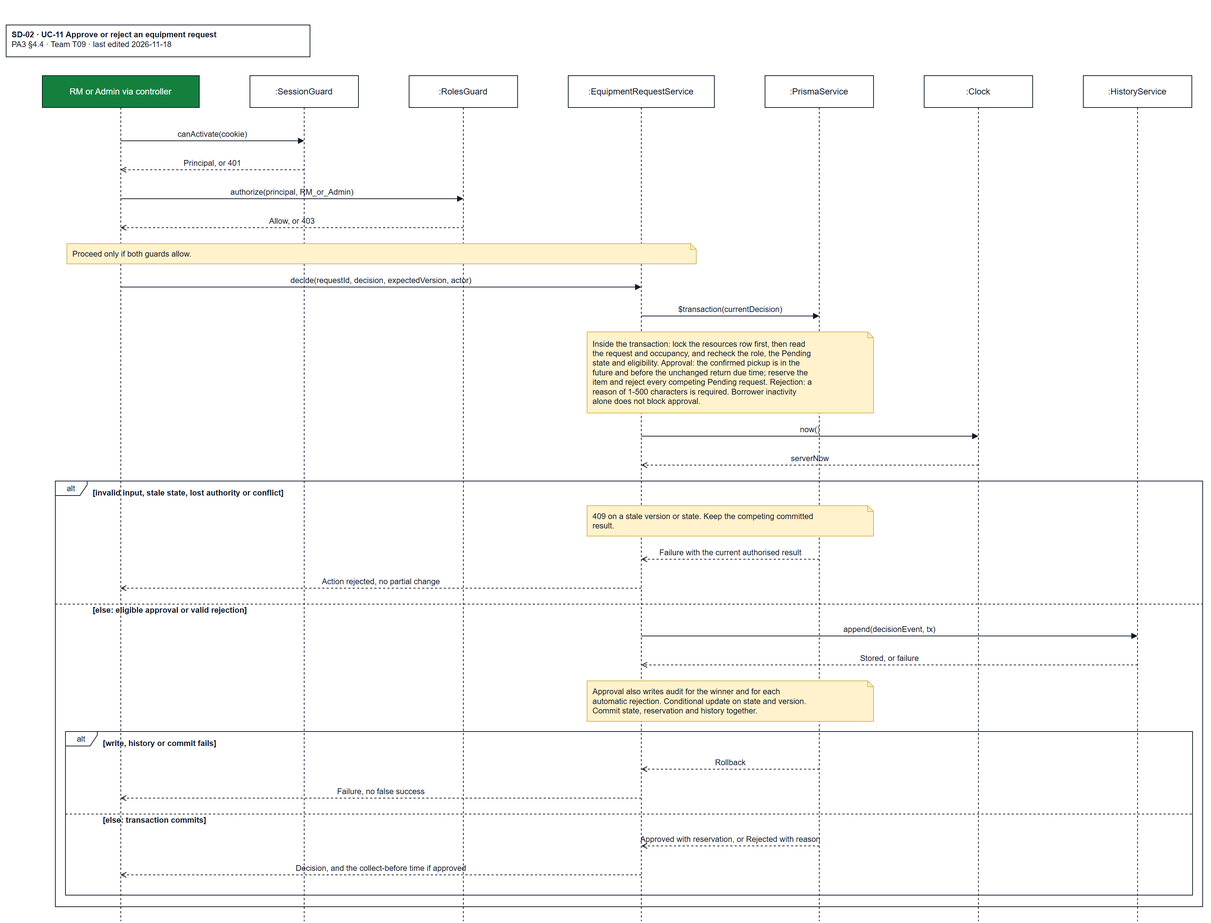
This is docs/design/diagrams/SD-02_uc11-approve-equipment.drawio.png from JuliaTrang/T09-CampusBorrow, a draw.io export, as it was before one commit. Source tidied: cells renumbered, new cells last; positions are measured from the earlier drawing's top-left corner, leaving out a move shared by most shapes.
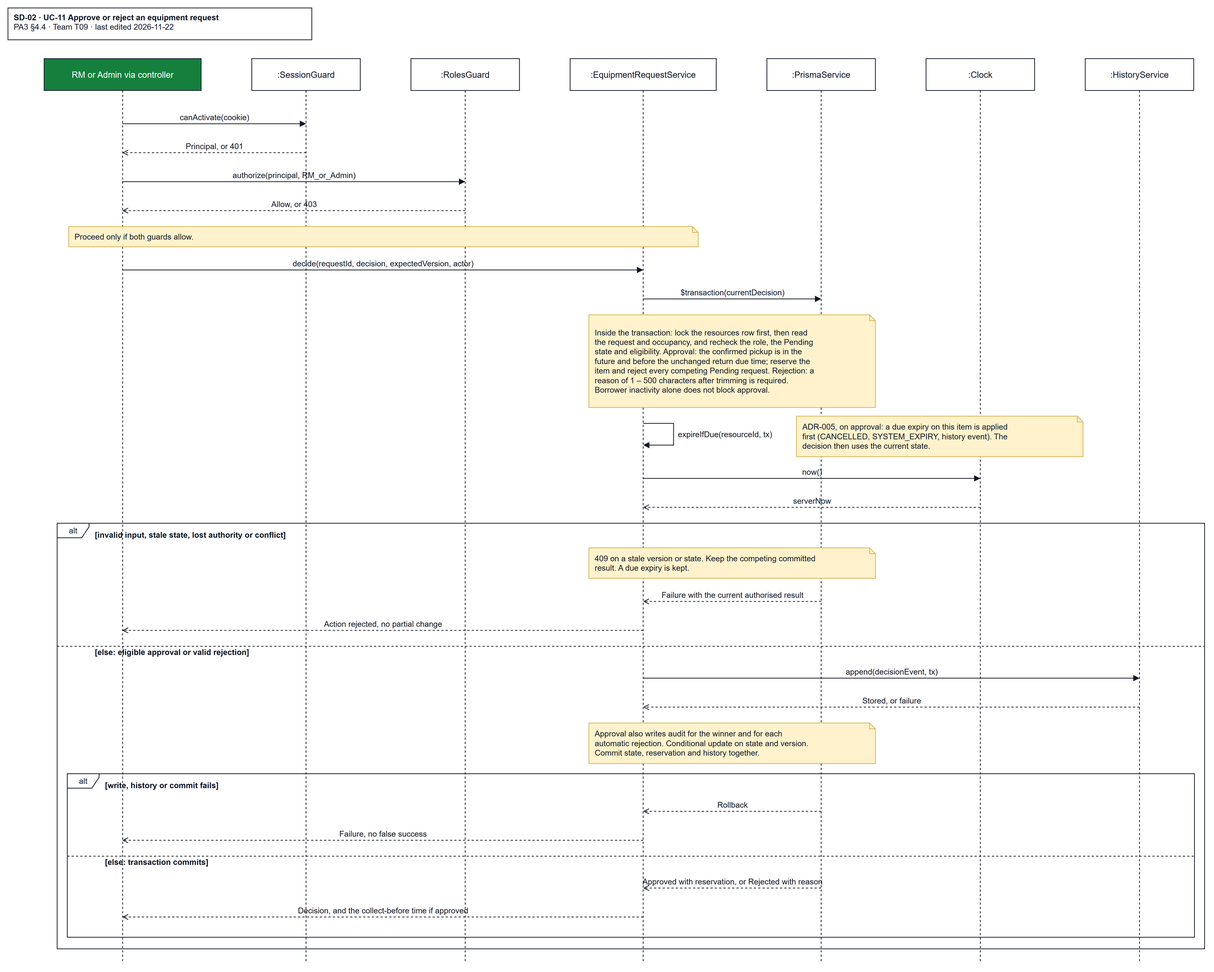
After the commit.

The edit, as a diff of the source:
```diff
@@ -2,71 +2,71 @@
   <root>
     <mxCell id="0" />
     <mxCell id="1" parent="0" />
-    <mxCell id="2" value="&lt;b&gt;SD-02 · UC-11 Approve or reject an equipment request&lt;/b&gt;&lt;br&gt;PA3 §4.4 · Team T09 · last edited 2026-11-18" style="rounded=0;whiteSpace=wrap;html=1;align=left;verticalAlign=top;spacingLeft=6;strokeColor=#111827;fillColor=#ffffff;fontFamily=Arial;fontSize=11;fontColor=#111827;" parent="1" vertex="1">
+    <mxCell id="2" value="&lt;b&gt;SD-02 · UC-11 Approve or reject an equipment request&lt;/b&gt;&lt;br&gt;PA3 §4.4 · Team T09 · last edited 2026-11-22" style="rounded=0;whiteSpace=wrap;html=1;align=left;verticalAlign=top;spacingLeft=6;strokeColor=#111827;fillColor=#ffffff;fontFamily=Arial;fontSize=11;fontColor=#111827;" parent="1" vertex="1">
       <mxGeometry width="420" height="44" as="geometry" />
     </mxCell>
     <mxCell id="3" value="RM or Admin via controller" style="shape=umlLifeline;perimeter=lifelinePerimeter;whiteSpace=wrap;html=1;size=44;strokeColor=#111827;fillColor=#15803D;fontFamily=Arial;fontSize=12;fontColor=#ffffff;" parent="1" vertex="1">
-      <mxGeometry x="50" y="70" width="217" height="1168" as="geometry" />
+      <mxGeometry x="50" y="70" width="217" height="1250" as="geometry" />
     </mxCell>
     <mxCell id="4" value=":SessionGuard" style="shape=umlLifeline;perimeter=lifelinePerimeter;whiteSpace=wrap;html=1;size=44;strokeColor=#111827;fillColor=#ffffff;fontFamily=Arial;fontSize=12;fontColor=#111827;" parent="1" vertex="1">
-      <mxGeometry x="337" y="70" width="150" height="1168" as="geometry" />
+      <mxGeometry x="337" y="70" width="150" height="1250" as="geometry" />
     </mxCell>
     <mxCell id="5" value=":RolesGuard" style="shape=umlLifeline;perimeter=lifelinePerimeter;whiteSpace=wrap;html=1;size=44;strokeColor=#111827;fillColor=#ffffff;fontFamily=Arial;fontSize=12;fontColor=#111827;" parent="1" vertex="1">
-      <mxGeometry x="557" y="70" width="150" height="1168" as="geometry" />
+      <mxGeometry x="557" y="70" width="150" height="1250" as="geometry" />
     </mxCell>
     <mxCell id="6" value=":EquipmentRequestService" style="shape=umlLifeline;perimeter=lifelinePerimeter;whiteSpace=wrap;html=1;size=44;strokeColor=#111827;fillColor=#ffffff;fontFamily=Arial;fontSize=12;fontColor=#111827;" parent="1" vertex="1">
-      <mxGeometry x="777" y="70" width="202" height="1168" as="geometry" />
+      <mxGeometry x="777" y="70" width="202" height="1250" as="geometry" />
     </mxCell>
     <mxCell id="7" value=":PrismaService" style="shape=umlLifeline;perimeter=lifelinePerimeter;whiteSpace=wrap;html=1;size=44;strokeColor=#111827;fillColor=#ffffff;fontFamily=Arial;fontSize=12;fontColor=#111827;" parent="1" vertex="1">
-      <mxGeometry x="1049" y="70" width="150" height="1168" as="geometry" />
+      <mxGeometry x="1049" y="70" width="150" height="1250" as="geometry" />
     </mxCell>
     <mxCell id="8" value=":Clock" style="shape=umlLifeline;perimeter=lifelinePerimeter;whiteSpace=wrap;html=1;size=44;strokeColor=#111827;fillColor=#ffffff;fontFamily=Arial;fontSize=12;fontColor=#111827;" parent="1" vertex="1">
-      <mxGeometry x="1269" y="70" width="150" height="1168" as="geometry" />
+      <mxGeometry x="1269" y="70" width="150" height="1250" as="geometry" />
     </mxCell>
     <mxCell id="9" value=":HistoryService" style="shape=umlLifeline;perimeter=lifelinePerimeter;whiteSpace=wrap;html=1;size=44;strokeColor=#111827;fillColor=#ffffff;fontFamily=Arial;fontSize=12;fontColor=#111827;" parent="1" vertex="1">
-      <mxGeometry x="1489" y="70" width="150" height="1168" as="geometry" />
+      <mxGeometry x="1489" y="70" width="150" height="1250" as="geometry" />
     </mxCell>
     <mxCell id="10" value="alt" style="shape=umlFrame;whiteSpace=wrap;html=1;width=44;height=20;fillColor=none;strokeColor=#111827;fontFamily=Arial;fontSize=11;fontColor=#111827;" parent="1" vertex="1">
-      <mxGeometry x="82" y="976" width="1558" height="226" as="geometry" />
+      <mxGeometry x="82" y="1058" width="1558" height="226" as="geometry" />
     </mxCell>
     <mxCell id="11" value="[write, history or commit fails]" style="text;html=1;align=left;verticalAlign=middle;whiteSpace=wrap;fontStyle=1;fontFamily=Arial;fontSize=11;fontColor=#111827;" parent="1" vertex="1">
-      <mxGeometry x="132" y="982" width="1498" height="20" as="geometry" />
+      <mxGeometry x="132" y="1064" width="1498" height="20" as="geometry" />
     </mxCell>
     <mxCell id="12" value="[else: transaction commits]" style="text;html=1;align=left;verticalAlign=middle;whiteSpace=wrap;fontStyle=1;fontFamily=Arial;fontSize=11;fontColor=#111827;" parent="1" vertex="1">
-      <mxGeometry x="132" y="1088" width="1498" height="20" as="geometry" />
+      <mxGeometry x="132" y="1170" width="1498" height="20" as="geometry" />
     </mxCell>
     <mxCell id="13" style="endArrow=none;dashed=1;html=1;strokeColor=#111827;" parent="1" edge="1">
       <mxGeometry relative="1" as="geometry">
-        <mxPoint x="82" y="1090" as="sourcePoint" />
-        <mxPoint x="1640" y="1090" as="targetPoint" />
+        <mxPoint x="82" y="1172" as="sourcePoint" />
+        <mxPoint x="1640" y="1172" as="targetPoint" />
       </mxGeometry>
     </mxCell>
     <mxCell id="14" value="alt" style="shape=umlFrame;whiteSpace=wrap;html=1;width=44;height=20;fillColor=none;strokeColor=#111827;fontFamily=Arial;fontSize=11;fontColor=#111827;" parent="1" vertex="1">
-      <mxGeometry x="68" y="630" width="1586" height="588" as="geometry" />
+      <mxGeometry x="68" y="712" width="1586" height="588" as="geometry" />
     </mxCell>
     <mxCell id="15" value="[invalid input, stale state, lost authority or conflict]" style="text;html=1;align=left;verticalAlign=middle;whiteSpace=wrap;fontStyle=1;fontFamily=Arial;fontSize=11;fontColor=#111827;" parent="1" vertex="1">
-      <mxGeometry x="118" y="636" width="1526" height="20" as="geometry" />
+      <mxGeometry x="118" y="718" width="1526" height="20" as="geometry" />
     </mxCell>
     <mxCell id="16" value="[else: eligible approval or valid rejection]" style="text;html=1;align=left;verticalAlign=middle;whiteSpace=wrap;fontStyle=1;fontFamily=Arial;fontSize=11;fontColor=#111827;" parent="1" vertex="1">
-      <mxGeometry x="118" y="798" width="1526" height="20" as="geometry" />
+      <mxGeometry x="118" y="880" width="1526" height="20" as="geometry" />
     </mxCell>
     <mxCell id="17" style="endArrow=none;dashed=1;html=1;strokeColor=#111827;" parent="1" edge="1">
       <mxGeometry relative="1" as="geometry">
-        <mxPoint x="68" y="800" as="sourcePoint" />
-        <mxPoint x="1654" y="800" as="targetPoint" />
+        <mxPoint x="68" y="882" as="sourcePoint" />
+        <mxPoint x="1654" y="882" as="targetPoint" />
       </mxGeometry>
     </mxCell>
     <mxCell id="18" value="Proceed only if both guards allow." style="shape=note;size=8;whiteSpace=wrap;html=1;align=left;verticalAlign=middle;spacingLeft=6;fillColor=#fff2cc;strokeColor=#d6b656;fontFamily=Arial;fontSize=11;fontColor=#111827;" parent="1" vertex="1">
       <mxGeometry x="84" y="302" width="870" height="28" as="geometry" />
     </mxCell>
-    <mxCell id="19" value="Inside the transaction: lock the resources row first, then read&lt;br&gt;the request and occupancy, and recheck the role, the Pending&lt;br&gt;state and eligibility. Approval: the confirmed pickup is in the&lt;br&gt;future and before the unchanged return due time; reserve the&lt;br&gt;item and reject every competing Pending request. Rejection: a&lt;br&gt;reason of 1-500 characters is required. Borrower inactivity&lt;br&gt;alone does not block approval." style="shape=note;size=8;whiteSpace=wrap;html=1;align=left;verticalAlign=middle;spacingLeft=6;fillColor=#fff2cc;strokeColor=#d6b656;fontFamily=Arial;fontSize=11;fontColor=#111827;" parent="1" vertex="1">
-      <mxGeometry x="803" y="424" width="396" height="112" as="geometry" />
+    <mxCell id="19" value="Inside the transaction: lock the resources row first, then read&lt;br&gt;the request and occupancy, and recheck the role, the Pending&lt;br&gt;state and eligibility. Approval: the confirmed pickup is in the&lt;br&gt;future and before the unchanged return due time; reserve the&lt;br&gt;item and reject every competing Pending request. Rejection: a&lt;br&gt;reason of 1 – 500 characters after trimming is required.&lt;br&gt;Borrower inactivity alone does not block approval." style="shape=note;size=8;whiteSpace=wrap;html=1;align=left;verticalAlign=middle;spacingLeft=6;fillColor=#fff2cc;strokeColor=#d6b656;fontFamily=Arial;fontSize=11;fontColor=#111827;" parent="1" vertex="1">
+      <mxGeometry x="803" y="424" width="396" height="128" as="geometry" />
     </mxCell>
-    <mxCell id="20" value="409 on a stale version or state. Keep the competing committed&lt;br&gt;result." style="shape=note;size=8;whiteSpace=wrap;html=1;align=left;verticalAlign=middle;spacingLeft=6;fillColor=#fff2cc;strokeColor=#d6b656;fontFamily=Arial;fontSize=11;fontColor=#111827;" parent="1" vertex="1">
-      <mxGeometry x="803" y="664" width="396" height="42" as="geometry" />
+    <mxCell id="20" value="409 on a stale version or state. Keep the competing committed&lt;br&gt;result. A due expiry is kept." style="shape=note;size=8;whiteSpace=wrap;html=1;align=left;verticalAlign=middle;spacingLeft=6;fillColor=#fff2cc;strokeColor=#d6b656;fontFamily=Arial;fontSize=11;fontColor=#111827;" parent="1" vertex="1">
+      <mxGeometry x="803" y="746" width="396" height="42" as="geometry" />
     </mxCell>
     <mxCell id="21" value="Approval also writes audit for the winner and for each&lt;br&gt;automatic rejection. Conditional update on state and version.&lt;br&gt;Commit state, reservation and history together." style="shape=note;size=8;whiteSpace=wrap;html=1;align=left;verticalAlign=middle;spacingLeft=6;fillColor=#fff2cc;strokeColor=#d6b656;fontFamily=Arial;fontSize=11;fontColor=#111827;" parent="1" vertex="1">
-      <mxGeometry x="803" y="906" width="396" height="56" as="geometry" />
+      <mxGeometry x="803" y="988" width="396" height="56" as="geometry" />
     </mxCell>
     <mxCell id="22" value="canActivate(cookie)" style="html=1;verticalAlign=bottom;labelBackgroundColor=none;strokeColor=#111827;fontFamily=Arial;fontSize=11;fontColor=#111827;endArrow=block;endFill=1;" parent="1" edge="1">
       <mxGeometry relative="1" as="geometry">
@@ -106,63 +106,76 @@
     </mxCell>
     <mxCell id="28" value="now()" style="html=1;verticalAlign=bottom;labelBackgroundColor=none;strokeColor=#111827;fontFamily=Arial;fontSize=11;fontColor=#111827;endArrow=block;endFill=1;" parent="1" edge="1">
       <mxGeometry relative="1" as="geometry">
-        <mxPoint x="878" y="568" as="sourcePoint" />
-        <mxPoint x="1344" y="568" as="targetPoint" />
+        <mxPoint x="878" y="650" as="sourcePoint" />
+        <mxPoint x="1344" y="650" as="targetPoint" />
       </mxGeometry>
     </mxCell>
     <mxCell id="29" value="serverNow" style="html=1;verticalAlign=bottom;labelBackgroundColor=none;strokeColor=#111827;fontFamily=Arial;fontSize=11;fontColor=#111827;dashed=1;endArrow=open;endFill=0;" parent="1" edge="1">
       <mxGeometry relative="1" as="geometry">
-        <mxPoint x="1344" y="608" as="sourcePoint" />
-        <mxPoint x="878" y="608" as="targetPoint" />
+        <mxPoint x="1344" y="690" as="sourcePoint" />
+        <mxPoint x="878" y="690" as="targetPoint" />
       </mxGeometry>
     </mxCell>
     <mxCell id="30" value="Failure with the current authorised result" style="html=1;verticalAlign=bottom;labelBackgroundColor=none;strokeColor=#111827;fontFamily=Arial;fontSize=11;fontColor=#111827;dashed=1;endArrow=open;endFill=0;" parent="1" edge="1">
       <mxGeometry relative="1" as="geometry">
-        <mxPoint x="1124" y="738" as="sourcePoint" />
-        <mxPoint x="878" y="738" as="targetPoint" />
+        <mxPoint x="1124" y="820" as="sourcePoint" />
+        <mxPoint x="878" y="820" as="targetPoint" />
       </mxGeometry>
     </mxCell>
     <mxCell id="31" value="Action rejected, no partial change" style="html=1;verticalAlign=bottom;labelBackgroundColor=none;strokeColor=#111827;fontFamily=Arial;fontSize=11;fontColor=#111827;dashed=1;endArrow=open;endFill=0;" parent="1" edge="1">
       <mxGeometry relative="1" as="geometry">
-        <mxPoint x="878" y="778" as="sourcePoint" />
-        <mxPoint x="158" y="778" as="targetPoint" />
+        <mxPoint x="878" y="860" as="sourcePoint" />
+        <mxPoint x="158" y="860" as="targetPoint" />
       </mxGeometry>
     </mxCell>
     <mxCell id="32" value="append(decisionEvent, tx)" style="html=1;verticalAlign=bottom;labelBackgroundColor=none;strokeColor=#111827;fontFamily=Arial;fontSize=11;fontColor=#111827;endArrow=block;endFill=1;" parent="1" edge="1">
       <mxGeometry relative="1" as="geometry">
-        <mxPoint x="878" y="844" as="sourcePoint" />
-        <mxPoint x="1564" y="844" as="targetPoint" />
+        <mxPoint x="878" y="926" as="sourcePoint" />
+        <mxPoint x="1564" y="926" as="targetPoint" />
       </mxGeometry>
     </mxCell>
     <mxCell id="33" value="Stored, or failure" style="html=1;verticalAlign=bottom;labelBackgroundColor=none;strokeColor=#111827;fontFamily=Arial;fontSize=11;fontColor=#111827;dashed=1;endArrow=open;endFill=0;" parent="1" edge="1">
       <mxGeometry relative="1" as="geometry">
-        <mxPoint x="1564" y="884" as="sourcePoint" />
-        <mxPoint x="878" y="884" as="targetPoint" />
+        <mxPoint x="1564" y="966" as="sourcePoint" />
+        <mxPoint x="878" y="966" as="targetPoint" />
       </mxGeometry>
     </mxCell>
     <mxCell id="34" value="Rollback" style="html=1;verticalAlign=bottom;labelBackgroundColor=none;strokeColor=#111827;fontFamily=Arial;fontSize=11;fontColor=#111827;dashed=1;endArrow=open;endFill=0;" parent="1" edge="1">
       <mxGeometry relative="1" as="geometry">
-        <mxPoint x="1124" y="1028" as="sourcePoint" />
-        <mxPoint x="878" y="1028" as="targetPoint" />
+        <mxPoint x="1124" y="1110" as="sourcePoint" />
+        <mxPoint x="878" y="1110" as="targetPoint" />
       </mxGeometry>
     </mxCell>
     <mxCell id="35" value="Failure, no false success" style="html=1;verticalAlign=bottom;labelBackgroundColor=none;strokeColor=#111827;fontFamily=Arial;fontSize=11;fontColor=#111827;dashed=1;endArrow=open;endFill=0;" parent="1" edge="1">
       <mxGeometry relative="1" as="geometry">
-        <mxPoint x="878" y="1068" as="sourcePoint" />
-        <mxPoint x="158" y="1068" as="targetPoint" />
+        <mxPoint x="878" y="1150" as="sourcePoint" />
+        <mxPoint x="158" y="1150" as="targetPoint" />
       </mxGeometry>
     </mxCell>
     <mxCell id="36" value="Approved with reservation, or Rejected with reason" style="html=1;verticalAlign=bottom;labelBackgroundColor=none;strokeColor=#111827;fontFamily=Arial;fontSize=11;fontColor=#111827;dashed=1;endArrow=open;endFill=0;" parent="1" edge="1">
       <mxGeometry relative="1" as="geometry">
-        <mxPoint x="1124" y="1134" as="sourcePoint" />
-        <mxPoint x="878" y="1134" as="targetPoint" />
+        <mxPoint x="1124" y="1216" as="sourcePoint" />
+        <mxPoint x="878" y="1216" as="targetPoint" />
       </mxGeometry>
     </mxCell>
     <mxCell id="37" value="Decision, and the collect-before time if approved" style="html=1;verticalAlign=bottom;labelBackgroundColor=none;strokeColor=#111827;fontFamily=Arial;fontSize=11;fontColor=#111827;dashed=1;endArrow=open;endFill=0;" parent="1" edge="1">
       <mxGeometry relative="1" as="geometry">
-        <mxPoint x="878" y="1174" as="sourcePoint" />
-        <mxPoint x="158" y="1174" as="targetPoint" />
+        <mxPoint x="878" y="1256" as="sourcePoint" />
+        <mxPoint x="158" y="1256" as="targetPoint" />
       </mxGeometry>
     </mxCell>
+    <mxCell id="38" value="expireIfDue(resourceId, tx)" style="html=1;align=left;spacingLeft=4;verticalAlign=middle;labelBackgroundColor=none;strokeColor=#111827;fontFamily=Arial;fontSize=11;fontColor=#111827;endArrow=block;endFill=1;rounded=0;" parent="1" edge="1">
+      <mxGeometry relative="1" as="geometry">
+        <mxPoint x="878" y="574" as="sourcePoint" />
+        <mxPoint x="878" y="604" as="targetPoint" />
+        <Array as="points">
+          <mxPoint x="920" y="574" />
+          <mxPoint x="920" y="604" />
+        </Array>
+      </mxGeometry>
+    </mxCell>
+    <mxCell id="39" value="ADR-005, on approval: a due expiry on this item is applied&lt;br&gt;first (CANCELLED, SYSTEM_EXPIRY, history event). The&lt;br&gt;decision then uses the current state." style="shape=note;size=8;whiteSpace=wrap;html=1;align=left;verticalAlign=middle;spacingLeft=6;fillColor=#fff2cc;strokeColor=#d6b656;fontFamily=Arial;fontSize=11;fontColor=#111827;" parent="1" vertex="1">
+      <mxGeometry x="1090" y="564" width="396" height="56" as="geometry" />
+    </mxCell>
   </root>
 </mxGraphModel>
```
